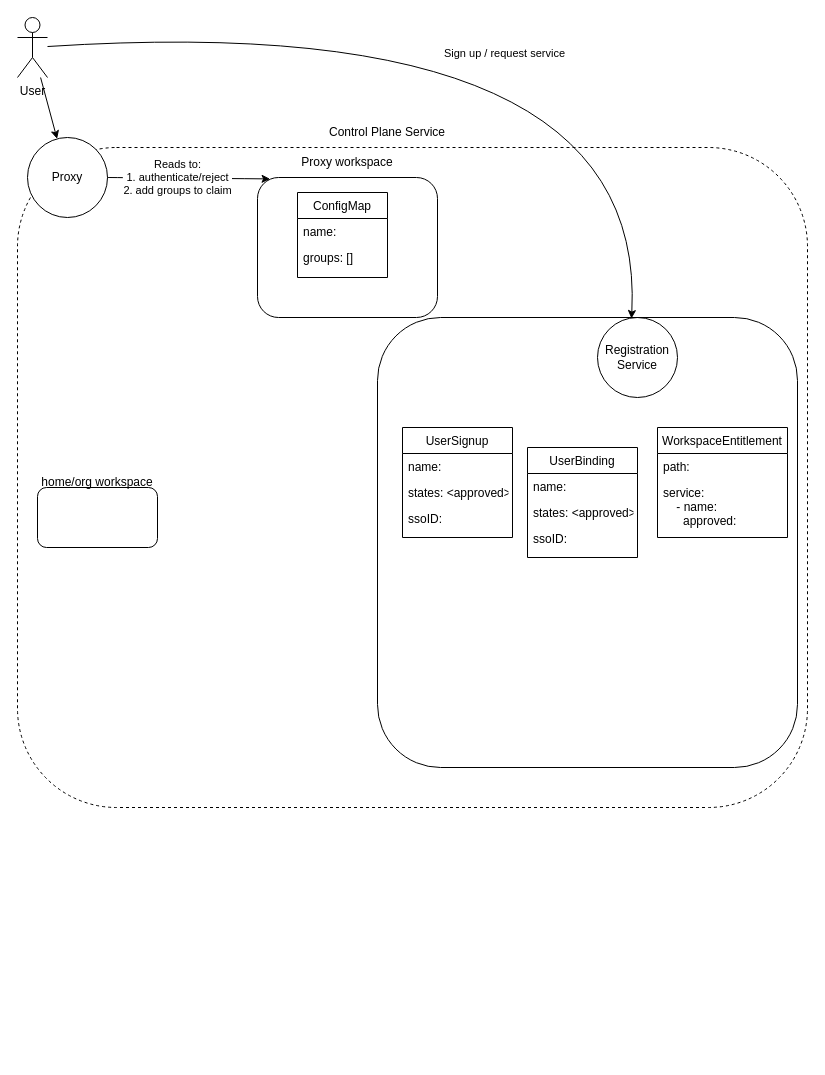
Above: Untitled Diagram.drawio in MatousJobanek/diagrams (draw.io), before the change. Source tidied: cells renumbered, new cells numbered last; positions are measured from the earlier drawing's top-left corner, leaving out a move shared by most shapes. Both pictures are drawn from the tidied source at 100%, with x=0, y=0 at pixel (17, 7).
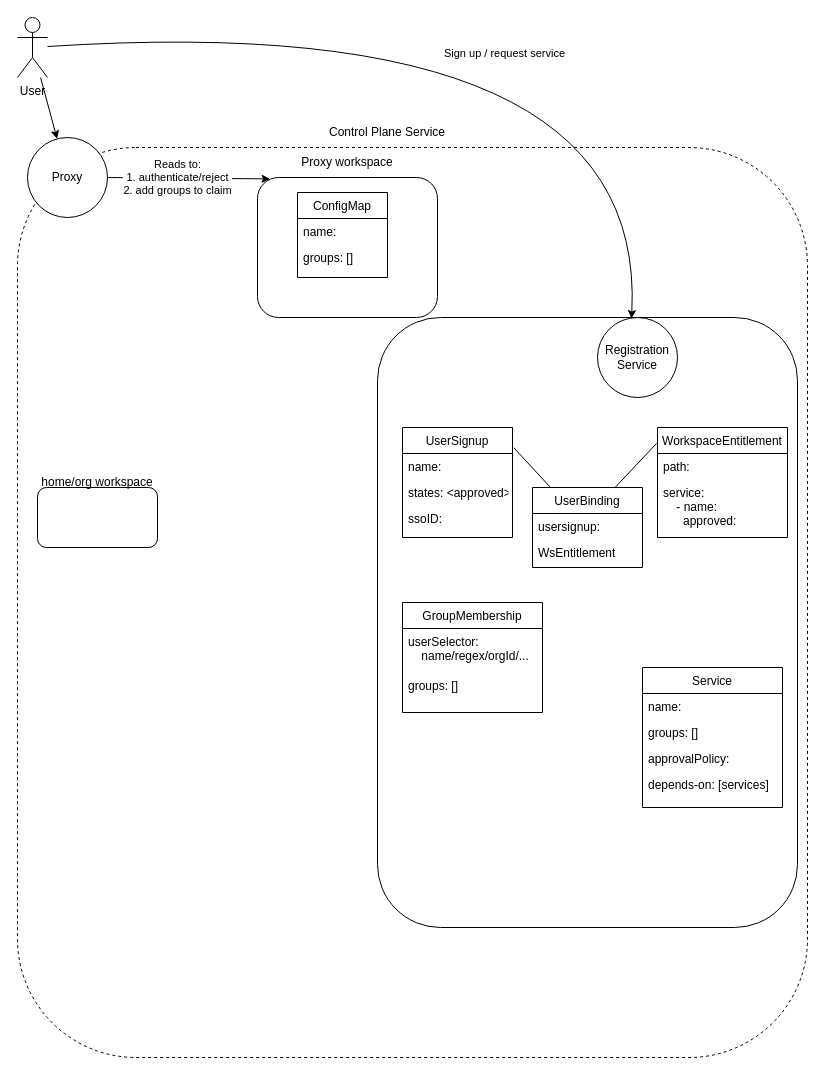
The same diagram, later.

Unchanged cells that the change refers to:
```xml
<mxCell id="19" value="UserSignup" style="swimlane;fontStyle=0;align=center;verticalAlign=top;horizontal=1;startSize=26;rounded=0;shadow=0;strokeWidth=1;" parent="1" vertex="1">
  <mxGeometry x="385" y="420" width="110" height="110" as="geometry" />
</mxCell>
<mxCell id="24" value="WorkspaceEntitlement" style="swimlane;fontStyle=0;align=center;verticalAlign=top;horizontal=1;startSize=26;rounded=0;shadow=0;strokeWidth=1;" parent="1" vertex="1">
  <mxGeometry x="640" y="420" width="130" height="110" as="geometry" />
</mxCell>
```

The edit, as a diff of the source:
```diff
@@
     <mxCell id="2" style="rounded=1;whiteSpace=wrap;html=1;dashed=1;fillColor=none;" parent="1" vertex="1">
-      <mxGeometry y="140" width="790" height="660" as="geometry" />
+      <mxGeometry y="140" width="790" height="910" as="geometry" />
     </mxCell>
@@
     <mxCell id="9" style="rounded=1;whiteSpace=wrap;html=1;fillColor=none;" parent="1" vertex="1">
-      <mxGeometry x="360" y="310" width="420" height="450" as="geometry" />
+      <mxGeometry x="360" y="310" width="420" height="610" as="geometry" />
     </mxCell>
@@
+    <mxCell id="33" style="rounded=0;jettySize=auto;html=1;exitX=0.75;exitY=0;exitDx=0;exitDy=0;entryX=-0.007;entryY=0.145;entryDx=0;entryDy=0;entryPerimeter=0;endArrow=none;endFill=0;" parent="1" edge="1" source="28" target="24">
+      <mxGeometry relative="1" as="geometry" />
+    </mxCell>
     <mxCell id="28" value="UserBinding" style="swimlane;fontStyle=0;align=center;verticalAlign=top;horizontal=1;startSize=26;rounded=0;shadow=0;strokeWidth=1;" parent="1" vertex="1">
-      <mxGeometry x="510" y="440" width="110" height="110" as="geometry" />
+      <mxGeometry x="515" y="480" width="110" height="80" as="geometry" />
     </mxCell>
-    <mxCell id="29" value="name:    " style="text;align=left;verticalAlign=top;spacingLeft=4;spacingRight=4;overflow=hidden;points=[[0,0.5],[1,0.5]];portConstraint=eastwest;" parent="28" vertex="1">
+    <mxCell id="29" value="usersignup:" style="text;align=left;verticalAlign=top;spacingLeft=4;spacingRight=4;overflow=hidden;points=[[0,0.5],[1,0.5]];portConstraint=eastwest;" parent="28" vertex="1">
       <mxGeometry y="26" width="110" height="26" as="geometry" />
     </mxCell>
-    <mxCell id="30" value="states: &lt;approved&gt;" style="text;align=left;verticalAlign=top;spacingLeft=4;spacingRight=4;overflow=hidden;rounded=0;shadow=0;html=0;" parent="28" vertex="1">
-      <mxGeometry y="52" width="110" height="26" as="geometry" />
-    </mxCell>
@@
-    <mxCell id="32" value="ssoID:" style="text;align=left;verticalAlign=top;spacingLeft=4;spacingRight=4;overflow=hidden;rounded=0;shadow=0;html=0;" parent="28" vertex="1">
-      <mxGeometry y="78" width="110" height="26" as="geometry" />
+    <mxCell id="32" value="WsEntitlement" style="text;align=left;verticalAlign=top;spacingLeft=4;spacingRight=4;overflow=hidden;rounded=0;shadow=0;html=0;" parent="28" vertex="1">
+      <mxGeometry y="52" width="110" height="26" as="geometry" />
     </mxCell>
+    <mxCell id="34" style="endArrow=none;html=1;rounded=0;exitX=1.011;exitY=0.183;exitDx=0;exitDy=0;exitPerimeter=0;" parent="1" edge="1" source="19" target="28">
+      <mxGeometry relative="1" as="geometry" />
+    </mxCell>
+    <mxCell id="35" value="GroupMembership" style="swimlane;fontStyle=0;align=center;verticalAlign=top;horizontal=1;startSize=26;rounded=0;shadow=0;strokeWidth=1;swimlaneLine=1;glass=0;fillColor=default;gradientColor=none;swimlaneFillColor=none;" parent="1" vertex="1">
+      <mxGeometry x="385" y="595" width="140" height="110" as="geometry" />
+    </mxCell>
+    <mxCell id="36" value="userSelector:&#10;    name/regex/orgId/...&#10;" style="text;align=left;verticalAlign=top;spacingLeft=4;spacingRight=4;overflow=hidden;points=[[0,0.5],[1,0.5]];portConstraint=eastwest;" parent="35" vertex="1">
+      <mxGeometry y="26" width="140" height="44" as="geometry" />
+    </mxCell>
+    <mxCell id="37" style="edgeStyle=orthogonalEdgeStyle;rounded=0;orthogonalLoop=1;jettySize=auto;html=1;exitX=1;exitY=0.5;exitDx=0;exitDy=0;" parent="35" edge="1" source="36" target="36">
+      <mxGeometry relative="1" as="geometry" />
+    </mxCell>
+    <mxCell id="38" value="groups: []" style="text;align=left;verticalAlign=top;spacingLeft=4;spacingRight=4;overflow=hidden;rounded=0;shadow=0;html=0;" parent="35" vertex="1">
+      <mxGeometry y="70" width="140" height="26" as="geometry" />
+    </mxCell>
+    <mxCell id="39" value="Service" style="swimlane;fontStyle=0;align=center;verticalAlign=top;horizontal=1;startSize=26;rounded=0;shadow=0;strokeWidth=1;" parent="1" vertex="1">
+      <mxGeometry x="625" y="660" width="140" height="140" as="geometry" />
+    </mxCell>
+    <mxCell id="40" value="name:    " style="text;align=left;verticalAlign=top;spacingLeft=4;spacingRight=4;overflow=hidden;points=[[0,0.5],[1,0.5]];portConstraint=eastwest;" parent="39" vertex="1">
+      <mxGeometry y="26" width="140" height="26" as="geometry" />
+    </mxCell>
+    <mxCell id="41" value="groups: []" style="text;align=left;verticalAlign=top;spacingLeft=4;spacingRight=4;overflow=hidden;" parent="39" vertex="1">
+      <mxGeometry y="52" width="140" height="26" as="geometry" />
+    </mxCell>
+    <mxCell id="42" value="approvalPolicy:" style="text;align=left;verticalAlign=top;spacingLeft=4;spacingRight=4;overflow=hidden;rounded=0;shadow=0;html=0;" parent="39" vertex="1">
+      <mxGeometry y="78" width="140" height="26" as="geometry" />
+    </mxCell>
+    <mxCell id="43" style="edgeStyle=orthogonalEdgeStyle;rounded=0;orthogonalLoop=1;jettySize=auto;html=1;exitX=1;exitY=0.5;exitDx=0;exitDy=0;" parent="39" edge="1" source="40" target="40">
+      <mxGeometry relative="1" as="geometry" />
+    </mxCell>
+    <mxCell id="44" value="depends-on: [services]" style="text;align=left;verticalAlign=top;spacingLeft=4;spacingRight=4;overflow=hidden;rounded=0;shadow=0;html=0;" parent="39" vertex="1">
+      <mxGeometry y="104" width="140" height="26" as="geometry" />
+    </mxCell>
```
